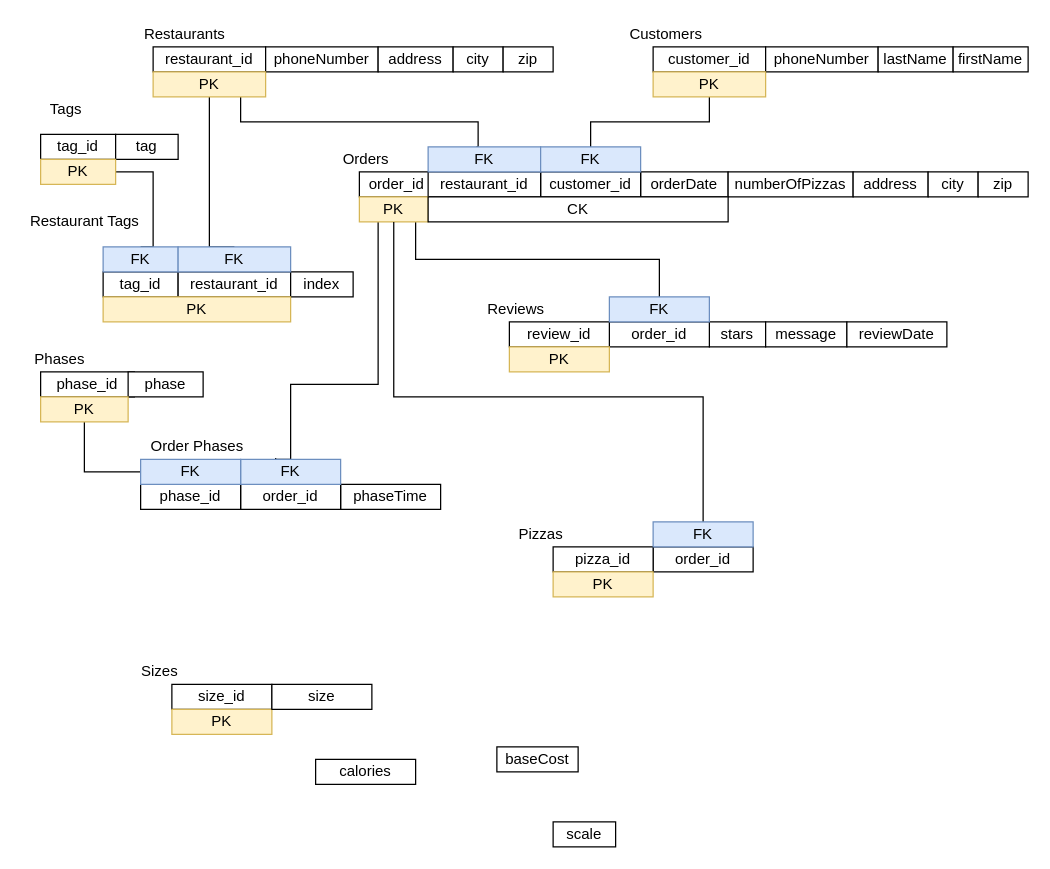
This is Prooject2_CECS_323_Relation_Scheme.drawio from JosephRice22/CECS323, a draw.io file, before an edit. Source tidied: cells renumbered, new cells numbered last; positions are measured from the earlier drawing's top-left corner, leaving out a move shared by most shapes. Both pictures are drawn from the tidied source at 125%, with x=0, y=0 at pixel (21, 21).
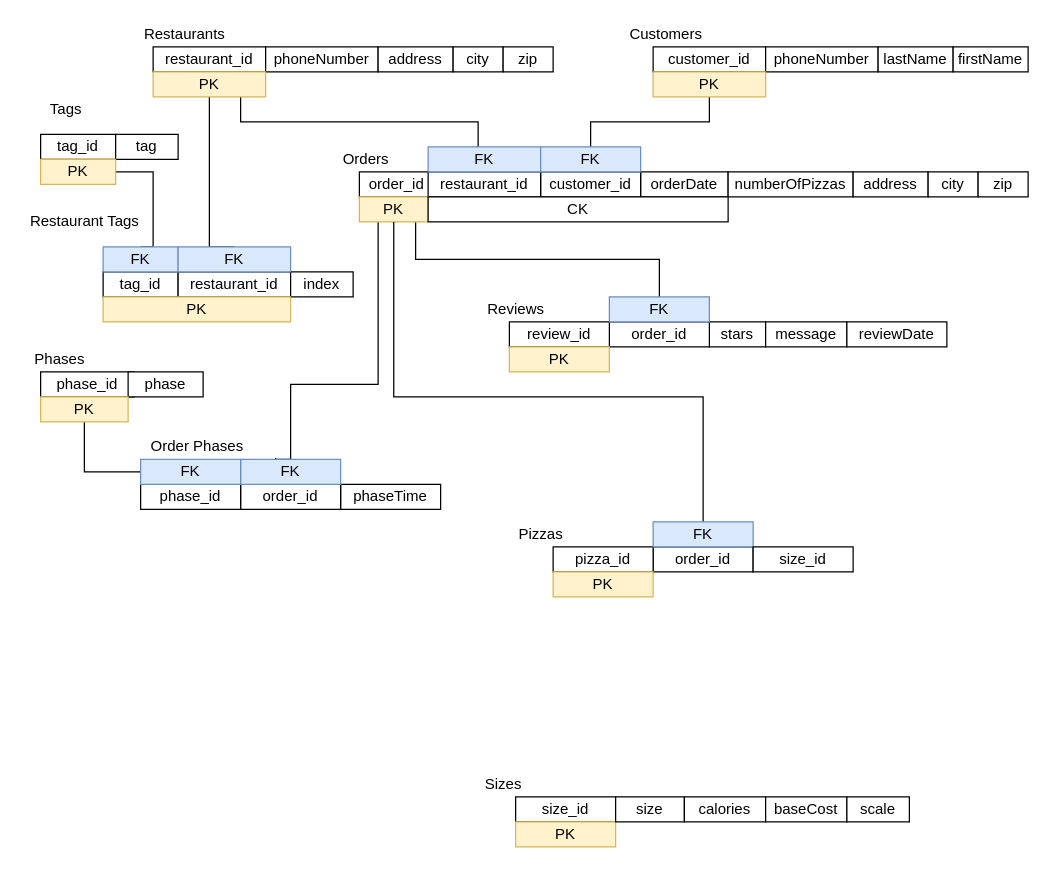
After the change.

What changed in the source:
```diff
@@
     <mxCell id="70" value="size_id" style="rounded=0;whiteSpace=wrap;html=1;" parent="1" vertex="1">
-      <mxGeometry x="120" y="530" width="80" height="20" as="geometry" />
+      <mxGeometry x="395" y="620" width="80" height="20" as="geometry" />
     </mxCell>
     <mxCell id="71" value="PK" style="rounded=0;whiteSpace=wrap;html=1;fillColor=#fff2cc;strokeColor=#d6b656;" parent="1" vertex="1">
-      <mxGeometry x="120" y="550" width="80" height="20" as="geometry" />
+      <mxGeometry x="395" y="640" width="80" height="20" as="geometry" />
     </mxCell>
     <mxCell id="72" value="Sizes" style="text;html=1;align=center;verticalAlign=middle;strokeColor=none;fillColor=none;" parent="1" vertex="1">
-      <mxGeometry x="90" y="510" width="40" height="20" as="geometry" />
+      <mxGeometry x="365" y="600" width="40" height="20" as="geometry" />
     </mxCell>
     <mxCell id="73" value="size" style="rounded=0;whiteSpace=wrap;html=1;" parent="1" vertex="1">
-      <mxGeometry x="200" y="530" width="80" height="20" as="geometry" />
+      <mxGeometry x="475" y="620" width="55" height="20" as="geometry" />
     </mxCell>
     <mxCell id="74" value="calories" style="rounded=0;whiteSpace=wrap;html=1;" parent="1" vertex="1">
-      <mxGeometry x="235" y="590" width="80" height="20" as="geometry" />
+      <mxGeometry x="530" y="620" width="65" height="20" as="geometry" />
     </mxCell>
     <mxCell id="75" value="baseCost" style="rounded=0;whiteSpace=wrap;html=1;" parent="1" vertex="1">
-      <mxGeometry x="380" y="580" width="65" height="20" as="geometry" />
+      <mxGeometry x="595" y="620" width="65" height="20" as="geometry" />
     </mxCell>
     <mxCell id="76" value="scale" style="rounded=0;whiteSpace=wrap;html=1;" parent="1" vertex="1">
-      <mxGeometry x="425" y="640" width="50" height="20" as="geometry" />
+      <mxGeometry x="660" y="620" width="50" height="20" as="geometry" />
     </mxCell>
+    <mxCell id="77" value="size_id" style="rounded=0;whiteSpace=wrap;html=1;" parent="1" vertex="1">
+      <mxGeometry x="585" y="420" width="80" height="20" as="geometry" />
+    </mxCell>
```
